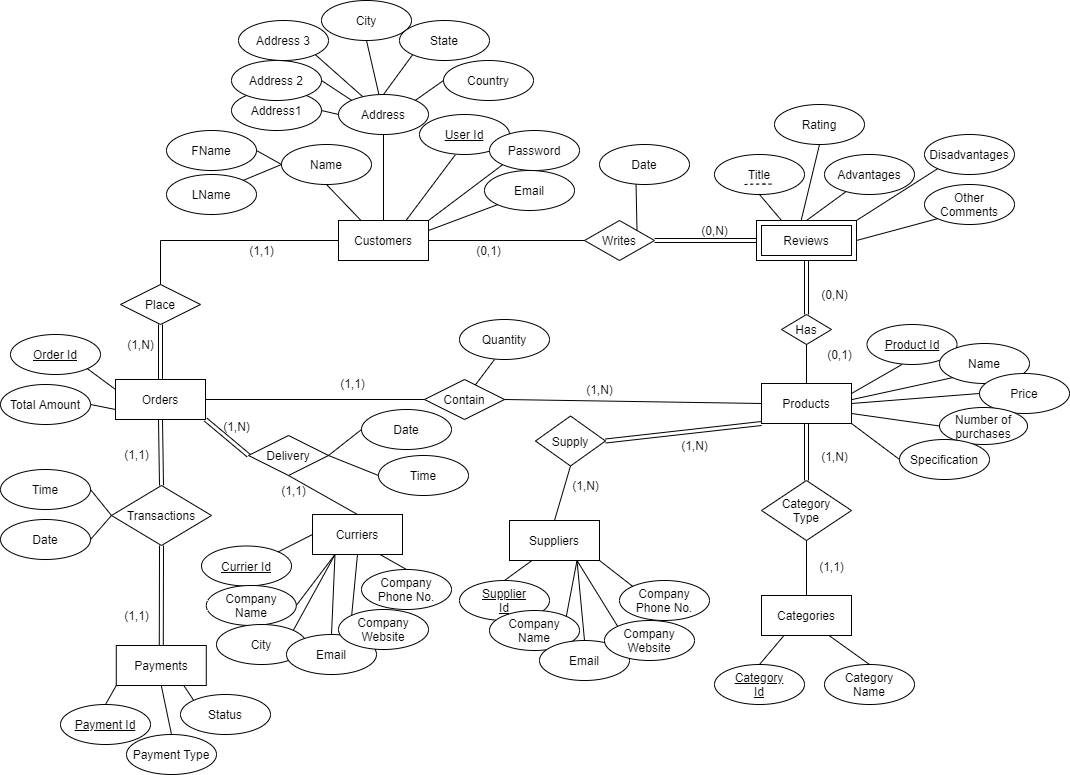
This is Sem1/DBMS_Assignment_1/DBMS_Assignment1.png from droygit/MTech_Activities, a draw.io export, as it was before one commit. Source tidied: cells renumbered, new cells last; positions are measured from the earlier drawing's top-left corner, leaving out a move shared by most shapes.
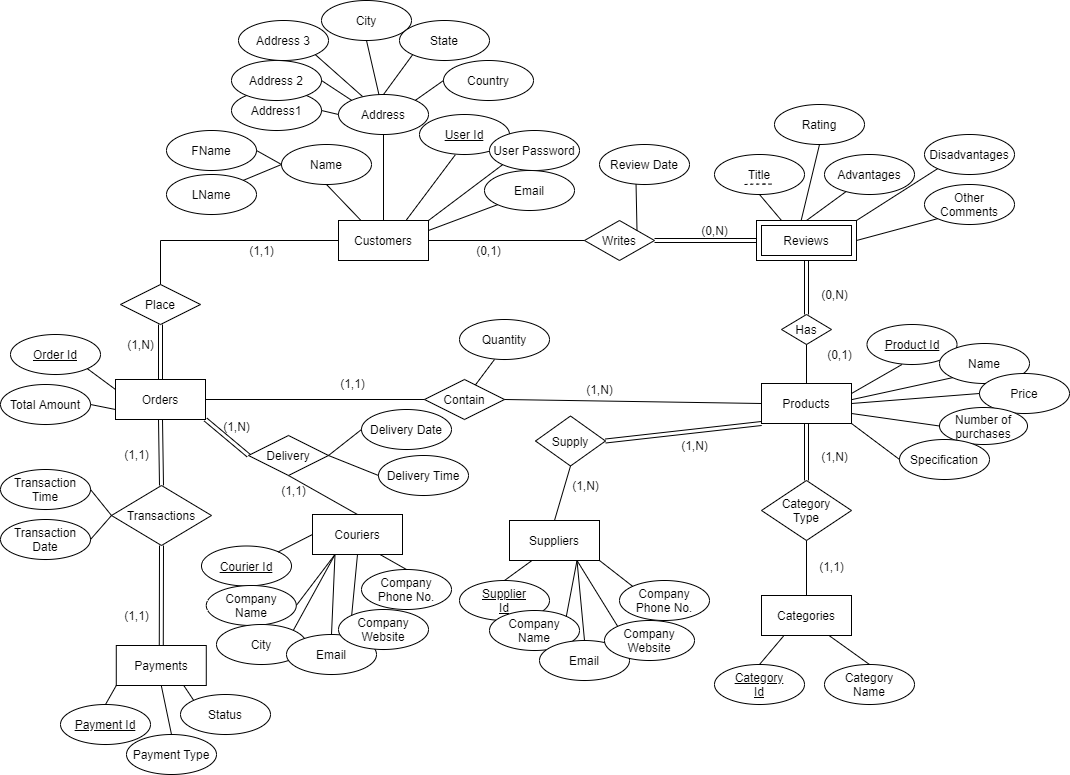
The same diagram one commit later.

Diff of the diagram source:
```diff
@@ -102,7 +102,7 @@
     <mxCell id="33" style="shape=link;html=1;rounded=0;entryX=1;entryY=1;entryDx=0;entryDy=0;exitX=0;exitY=0.5;exitDx=0;exitDy=0;" parent="1" edge="1" source="32" target="3">
       <mxGeometry relative="1" as="geometry" />
     </mxCell>
-    <mxCell id="34" value="Curriers" style="rounded=0;whiteSpace=wrap;html=1;" parent="1" vertex="1">
+    <mxCell id="34" value="Couriers" style="rounded=0;whiteSpace=wrap;html=1;" parent="1" vertex="1">
       <mxGeometry x="312" y="514" width="90" height="40" as="geometry" />
     </mxCell>
     <mxCell id="35" style="endArrow=none;html=1;rounded=0;exitX=0.5;exitY=0;exitDx=0;exitDy=0;entryX=0.5;entryY=1;entryDx=0;entryDy=0;" parent="1" edge="1" source="34" target="32">
@@ -204,7 +204,7 @@
     <mxCell id="67" value="User Id" style="ellipse;whiteSpace=wrap;html=1;align=center;fontStyle=4;" parent="1" vertex="1">
       <mxGeometry x="419" y="114" width="90" height="40" as="geometry" />
     </mxCell>
-    <mxCell id="68" value="Password" style="ellipse;whiteSpace=wrap;html=1;align=center;" parent="1" vertex="1">
+    <mxCell id="68" value="User Password" style="ellipse;whiteSpace=wrap;html=1;align=center;" parent="1" vertex="1">
       <mxGeometry x="489" y="130" width="90" height="40" as="geometry" />
     </mxCell>
     <mxCell id="69" style="endArrow=none;html=1;rounded=0;exitX=0.75;exitY=0;exitDx=0;exitDy=0;entryX=0.398;entryY=1.007;entryDx=0;entryDy=0;entryPerimeter=0;" parent="1" edge="1" source="2" target="67">
@@ -219,7 +219,7 @@
     <mxCell id="72" style="endArrow=none;html=1;rounded=0;exitX=1;exitY=0.25;exitDx=0;exitDy=0;entryX=0;entryY=1;entryDx=0;entryDy=0;" parent="1" edge="1" source="2" target="70">
       <mxGeometry relative="1" as="geometry" />
     </mxCell>
-    <mxCell id="73" value="Date" style="ellipse;whiteSpace=wrap;html=1;align=center;" parent="1" vertex="1">
+    <mxCell id="73" value="Review Date" style="ellipse;whiteSpace=wrap;html=1;align=center;" parent="1" vertex="1">
       <mxGeometry x="599" y="144" width="90" height="40" as="geometry" />
     </mxCell>
     <mxCell id="74" style="endArrow=none;html=1;rounded=0;entryX=0.406;entryY=0.989;entryDx=0;entryDy=0;entryPerimeter=0;exitX=1;exitY=0;exitDx=0;exitDy=0;" parent="1" edge="1" source="15" target="73">
@@ -313,10 +313,10 @@
     <mxCell id="100" value="Status" style="ellipse;whiteSpace=wrap;html=1;align=center;" parent="1" vertex="1">
       <mxGeometry x="180" y="694" width="90" height="40" as="geometry" />
     </mxCell>
-    <mxCell id="101" value="Time" style="ellipse;whiteSpace=wrap;html=1;align=center;" parent="1" vertex="1">
+    <mxCell id="101" value="Transaction&lt;br&gt;Time" style="ellipse;whiteSpace=wrap;html=1;align=center;" parent="1" vertex="1">
       <mxGeometry y="469" width="90" height="40" as="geometry" />
     </mxCell>
-    <mxCell id="102" value="Date" style="ellipse;whiteSpace=wrap;html=1;align=center;" parent="1" vertex="1">
+    <mxCell id="102" value="Transaction&lt;br&gt;Date" style="ellipse;whiteSpace=wrap;html=1;align=center;" parent="1" vertex="1">
       <mxGeometry y="519" width="90" height="40" as="geometry" />
     </mxCell>
     <mxCell id="103" style="endArrow=none;html=1;entryX=1;entryY=0.5;entryDx=0;entryDy=0;exitX=0;exitY=0.5;exitDx=0;exitDy=0;" parent="1" edge="1" source="9" target="101">
@@ -337,7 +337,7 @@
     <mxCell id="108" style="endArrow=none;html=1;entryX=1;entryY=0.5;entryDx=0;entryDy=0;exitX=0;exitY=0.75;exitDx=0;exitDy=0;" parent="1" edge="1" source="3" target="105">
       <mxGeometry relative="1" as="geometry" />
     </mxCell>
-    <mxCell id="109" value="&lt;u&gt;Currier Id&lt;/u&gt;" style="ellipse;whiteSpace=wrap;html=1;align=center;" parent="1" vertex="1">
+    <mxCell id="109" value="&lt;u&gt;Courier Id&lt;/u&gt;" style="ellipse;whiteSpace=wrap;html=1;align=center;" parent="1" vertex="1">
       <mxGeometry x="201" y="545.5" width="90" height="40" as="geometry" />
     </mxCell>
     <mxCell id="110" value="Company&lt;br&gt;Name" style="ellipse;whiteSpace=wrap;html=1;align=center;" parent="1" vertex="1">
@@ -424,10 +424,10 @@
     <mxCell id="137" style="endArrow=none;html=1;exitX=0.5;exitY=0;exitDx=0;exitDy=0;entryX=0.75;entryY=1;entryDx=0;entryDy=0;" parent="1" edge="1" source="135" target="45">
       <mxGeometry relative="1" as="geometry" />
     </mxCell>
-    <mxCell id="138" value="Date" style="ellipse;whiteSpace=wrap;html=1;align=center;" parent="1" vertex="1">
+    <mxCell id="138" value="Delivery Date" style="ellipse;whiteSpace=wrap;html=1;align=center;" parent="1" vertex="1">
       <mxGeometry x="361" y="409" width="90" height="40" as="geometry" />
     </mxCell>
-    <mxCell id="139" value="Time" style="ellipse;whiteSpace=wrap;html=1;align=center;" parent="1" vertex="1">
+    <mxCell id="139" value="Delivery&amp;nbsp;Time" style="ellipse;whiteSpace=wrap;html=1;align=center;" parent="1" vertex="1">
       <mxGeometry x="378" y="455" width="90" height="40" as="geometry" />
     </mxCell>
     <mxCell id="140" style="endArrow=none;html=1;entryX=0;entryY=0.5;entryDx=0;entryDy=0;exitX=1;exitY=0.5;exitDx=0;exitDy=0;" parent="1" edge="1" source="32" target="138">
```
